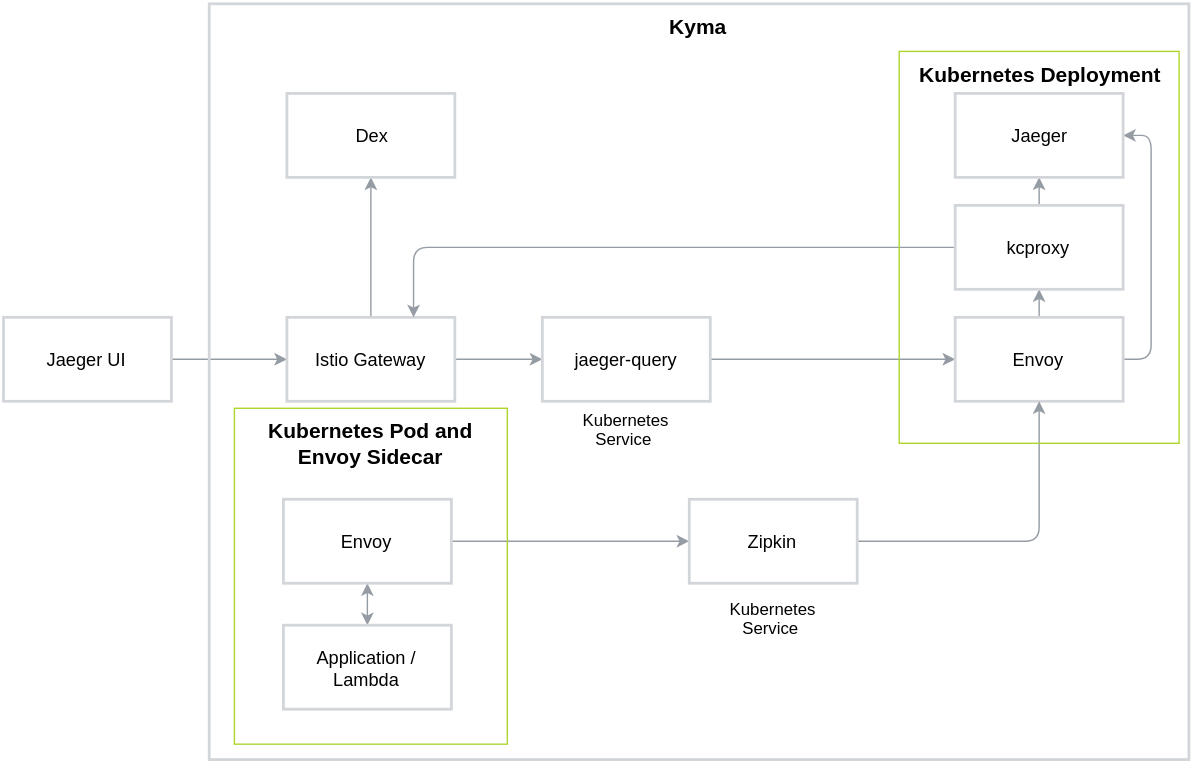
Before: docs/tracing/docs/assets/tracing-architecture.svg, a diagram exported from draw.io (kyma-project/kyma). Source tidied: cells renumbered, new cells last; positions are measured from the earlier drawing's top-left corner, leaving out a move shared by most shapes.
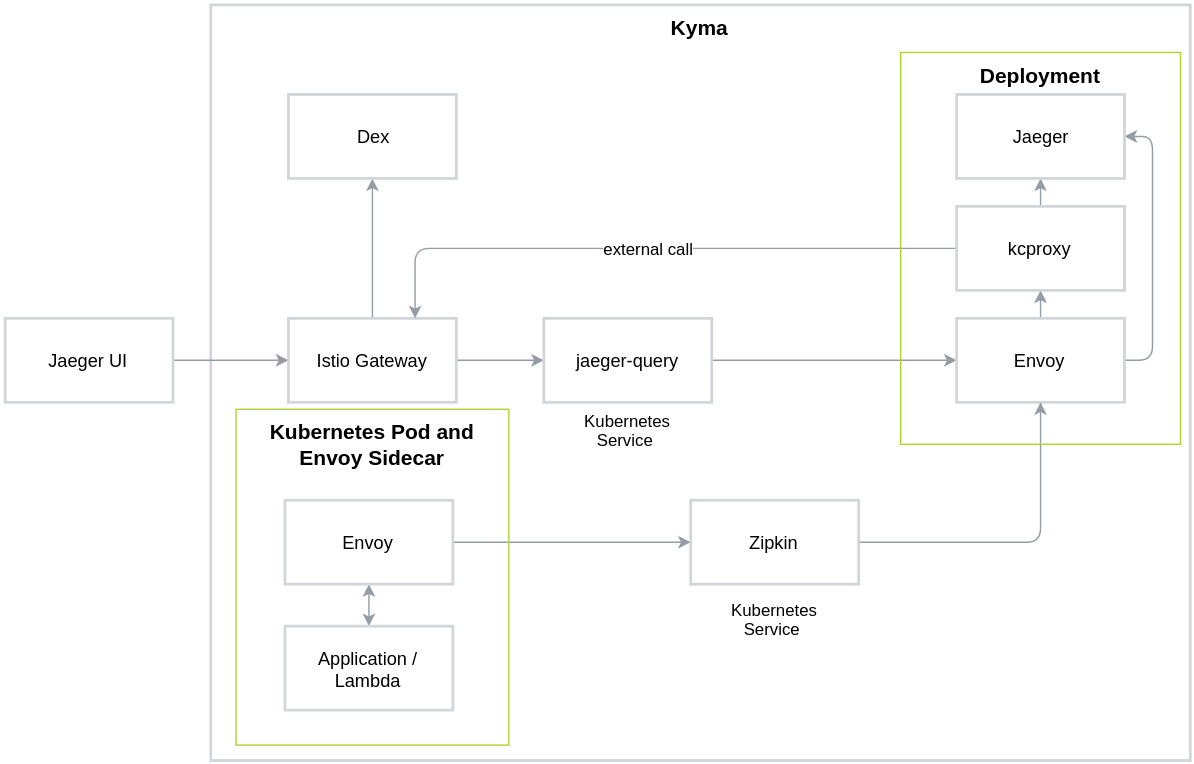
The same diagram one commit later.

Commit message:
Update tracing architecture document

The edit, as a diff of the source:
```diff
@@ -2,88 +2,91 @@
   <root>
     <mxCell id="0" />
     <mxCell id="1" parent="0" />
-    <mxCell id="2" style="edgeStyle=orthogonalEdgeStyle;rounded=0;html=1;jettySize=auto;strokeColor=#959CA4;strokeWidth=1;" parent="1" edge="1" source="3" target="6">
-      <mxGeometry relative="1" as="geometry" />
+    <mxCell id="2" value="&lt;font style=&quot;font-size: 15px&quot;&gt;&lt;b&gt;Kyma&lt;/b&gt;&lt;/font&gt;" style="rounded=0;whiteSpace=wrap;html=1;strokeColor=#D2D5D9;strokeWidth=2;fillColor=none;verticalAlign=top;labelBackgroundColor=none;" parent="1" vertex="1">
+      <mxGeometry x="147" width="700" height="540" as="geometry" />
     </mxCell>
-    <mxCell id="3" value="&lt;font style=&quot;font-size: 13px&quot;&gt;Jaeger UI&lt;/font&gt;" style="rounded=0;whiteSpace=wrap;html=1;strokeColor=#D2D5D9;strokeWidth=2;" parent="1" vertex="1">
-      <mxGeometry y="224" width="120" height="60" as="geometry" />
+    <mxCell id="3" style="edgeStyle=orthogonalEdgeStyle;rounded=0;html=1;jettySize=auto;strokeColor=#959CA4;strokeWidth=1;" parent="1" edge="1" source="4" target="7">
+      <mxGeometry relative="1" as="geometry" />
     </mxCell>
-    <mxCell id="4" style="edgeStyle=orthogonalEdgeStyle;rounded=1;html=1;jettySize=auto;strokeColor=#959CA4;strokeWidth=1;" parent="1" edge="1" source="6" target="9">
-      <mxGeometry relative="1" as="geometry" />
+    <mxCell id="4" value="&lt;font style=&quot;font-size: 13px&quot;&gt;Jaeger UI&lt;/font&gt;" style="rounded=0;whiteSpace=wrap;html=1;strokeColor=#D2D5D9;strokeWidth=2;" parent="1" vertex="1">
+      <mxGeometry y="224" width="120" height="60" as="geometry" />
     </mxCell>
-    <mxCell id="5" style="edgeStyle=orthogonalEdgeStyle;rounded=1;html=1;jettySize=auto;strokeColor=#959CA4;strokeWidth=1;" parent="1" edge="1" source="6" target="8">
+    <mxCell id="5" style="edgeStyle=orthogonalEdgeStyle;rounded=1;html=1;jettySize=auto;strokeColor=#959CA4;strokeWidth=1;" parent="1" edge="1" source="7" target="10">
       <mxGeometry relative="1" as="geometry" />
     </mxCell>
-    <mxCell id="6" value="&lt;font style=&quot;font-size: 13px&quot;&gt;Istio Gateway&lt;/font&gt;" style="rounded=0;whiteSpace=wrap;html=1;strokeColor=#D2D5D9;strokeWidth=2;" parent="1" vertex="1">
-      <mxGeometry x="202.5" y="224" width="120" height="60" as="geometry" />
+    <mxCell id="6" style="edgeStyle=orthogonalEdgeStyle;rounded=1;html=1;jettySize=auto;strokeColor=#959CA4;strokeWidth=1;" parent="1" edge="1" source="7" target="9">
+      <mxGeometry relative="1" as="geometry" />
     </mxCell>
-    <mxCell id="7" style="edgeStyle=orthogonalEdgeStyle;rounded=1;html=1;entryX=0;entryY=0.5;jettySize=auto;strokeColor=#959CA4;strokeWidth=1;" parent="1" edge="1" source="8" target="12">
-      <mxGeometry relative="1" as="geometry" />
+    <mxCell id="7" value="&lt;font style=&quot;font-size: 13px&quot;&gt;Istio Gateway&lt;/font&gt;" style="rounded=0;whiteSpace=wrap;html=1;strokeColor=#D2D5D9;strokeWidth=2;" parent="1" vertex="1">
+      <mxGeometry x="202.5" y="224" width="120" height="60" as="geometry" />
     </mxCell>
-    <mxCell id="8" value="&lt;font style=&quot;font-size: 13px&quot;&gt;jaeger-query&lt;/font&gt;" style="rounded=0;whiteSpace=wrap;html=1;strokeColor=#D2D5D9;strokeWidth=2;" parent="1" vertex="1">
-      <mxGeometry x="385" y="224" width="120" height="60" as="geometry" />
+    <mxCell id="8" style="edgeStyle=orthogonalEdgeStyle;rounded=1;html=1;entryX=0;entryY=0.5;jettySize=auto;strokeColor=#959CA4;strokeWidth=1;" parent="1" edge="1" source="9" target="13">
+      <mxGeometry relative="1" as="geometry" />
     </mxCell>
-    <mxCell id="9" value="&lt;font style=&quot;font-size: 13px&quot;&gt;Dex&lt;/font&gt;" style="rounded=0;whiteSpace=wrap;html=1;strokeColor=#D2D5D9;strokeWidth=2;" parent="1" vertex="1">
-      <mxGeometry x="202.5" y="64" width="120" height="60" as="geometry" />
+    <mxCell id="9" value="&lt;font style=&quot;font-size: 13px&quot;&gt;jaeger-query&lt;/font&gt;" style="rounded=0;whiteSpace=wrap;html=1;strokeColor=#D2D5D9;strokeWidth=2;" parent="1" vertex="1">
+      <mxGeometry x="385" y="224" width="120" height="60" as="geometry" />
     </mxCell>
-    <mxCell id="10" style="edgeStyle=orthogonalEdgeStyle;rounded=1;html=1;jettySize=auto;strokeColor=#959CA4;" parent="1" edge="1" source="12" target="15">
-      <mxGeometry relative="1" as="geometry" />
+    <mxCell id="10" value="&lt;font style=&quot;font-size: 13px&quot;&gt;Dex&lt;/font&gt;" style="rounded=0;whiteSpace=wrap;html=1;strokeColor=#D2D5D9;strokeWidth=2;" parent="1" vertex="1">
+      <mxGeometry x="202.5" y="64" width="120" height="60" as="geometry" />
     </mxCell>
-    <mxCell id="11" style="edgeStyle=orthogonalEdgeStyle;rounded=1;html=1;entryX=1;entryY=0.5;jettySize=auto;strokeColor=#959CA4;" parent="1" edge="1" source="12" target="16">
-      <mxGeometry relative="1" as="geometry">
-        <Array as="points">
-          <mxPoint x="820" y="254" />
-          <mxPoint x="820" y="94" />
-        </Array>
-      </mxGeometry>
+    <mxCell id="11" style="edgeStyle=orthogonalEdgeStyle;rounded=1;html=1;jettySize=auto;strokeColor=#959CA4;" parent="1" edge="1" source="13" target="17">
+      <mxGeometry relative="1" as="geometry" />
     </mxCell>
-    <mxCell id="12" value="&lt;font style=&quot;font-size: 13px&quot;&gt;Envoy&lt;/font&gt;" style="rounded=0;whiteSpace=wrap;html=1;strokeColor=#D2D5D9;strokeWidth=2;" parent="1" vertex="1">
-      <mxGeometry x="680" y="224" width="120" height="60" as="geometry" />
+    <mxCell id="12" style="edgeStyle=orthogonalEdgeStyle;rounded=1;html=1;entryX=1;entryY=0.5;jettySize=auto;strokeColor=#959CA4;" parent="1" edge="1" source="13" target="18">
+      <mxGeometry relative="1" as="geometry">
+        <Array as="points">
+          <mxPoint x="820" y="254" />
+          <mxPoint x="820" y="94" />
+        </Array>
+      </mxGeometry>
     </mxCell>
-    <mxCell id="13" style="edgeStyle=orthogonalEdgeStyle;rounded=1;html=1;jettySize=auto;strokeColor=#959CA4;" parent="1" edge="1" source="15" target="16">
-      <mxGeometry relative="1" as="geometry" />
+    <mxCell id="13" value="&lt;font style=&quot;font-size: 13px&quot;&gt;Envoy&lt;/font&gt;" style="rounded=0;whiteSpace=wrap;html=1;strokeColor=#D2D5D9;strokeWidth=2;" parent="1" vertex="1">
+      <mxGeometry x="680" y="224" width="120" height="60" as="geometry" />
     </mxCell>
-    <mxCell id="14" style="edgeStyle=orthogonalEdgeStyle;rounded=1;html=1;entryX=0.75;entryY=0;jettySize=auto;strokeColor=#959CA4;strokeWidth=1;" parent="1" edge="1" source="15" target="6">
+    <mxCell id="14" style="edgeStyle=orthogonalEdgeStyle;rounded=1;html=1;jettySize=auto;strokeColor=#959CA4;" parent="1" edge="1" source="17" target="18">
       <mxGeometry relative="1" as="geometry" />
     </mxCell>
-    <mxCell id="15" value="&lt;font style=&quot;font-size: 13px&quot;&gt;kcproxy&lt;/font&gt;" style="rounded=0;whiteSpace=wrap;html=1;strokeColor=#D2D5D9;strokeWidth=2;" parent="1" vertex="1">
-      <mxGeometry x="680" y="144" width="120" height="60" as="geometry" />
+    <mxCell id="15" style="edgeStyle=orthogonalEdgeStyle;rounded=1;html=1;entryX=0.75;entryY=0;jettySize=auto;strokeColor=#959CA4;strokeWidth=1;" parent="1" edge="1" source="17" target="7">
+      <mxGeometry relative="1" as="geometry" />
     </mxCell>
-    <mxCell id="16" value="&lt;font style=&quot;font-size: 13px&quot;&gt;Jaeger&lt;/font&gt;" style="rounded=0;whiteSpace=wrap;html=1;strokeColor=#D2D5D9;strokeWidth=2;" parent="1" vertex="1">
-      <mxGeometry x="680" y="64" width="120" height="60" as="geometry" />
+    <mxCell id="16" value="external call" style="text;html=1;points=[];align=center;verticalAlign=middle;labelBackgroundColor=#ffffff;" parent="15" vertex="1">
+      <mxGeometry x="0.01" y="-1" relative="1" as="geometry" />
     </mxCell>
-    <mxCell id="17" style="edgeStyle=orthogonalEdgeStyle;rounded=1;html=1;jettySize=auto;startArrow=classic;startFill=1;strokeColor=#959CA4;" parent="1" edge="1" source="19" target="20">
-      <mxGeometry relative="1" as="geometry" />
+    <mxCell id="17" value="&lt;font style=&quot;font-size: 13px&quot;&gt;kcproxy&lt;/font&gt;" style="rounded=0;whiteSpace=wrap;html=1;strokeColor=#D2D5D9;strokeWidth=2;" parent="1" vertex="1">
+      <mxGeometry x="680" y="144" width="120" height="60" as="geometry" />
     </mxCell>
-    <mxCell id="18" style="edgeStyle=orthogonalEdgeStyle;rounded=1;html=1;startArrow=none;startFill=0;jettySize=auto;strokeColor=#959CA4;strokeWidth=1;" parent="1" edge="1" source="19" target="22">
-      <mxGeometry relative="1" as="geometry" />
+    <mxCell id="18" value="&lt;font style=&quot;font-size: 13px&quot;&gt;Jaeger&lt;/font&gt;" style="rounded=0;whiteSpace=wrap;html=1;strokeColor=#D2D5D9;strokeWidth=2;" parent="1" vertex="1">
+      <mxGeometry x="680" y="64" width="120" height="60" as="geometry" />
     </mxCell>
-    <mxCell id="19" value="&lt;font style=&quot;font-size: 13px&quot;&gt;Envoy&lt;/font&gt;" style="rounded=0;whiteSpace=wrap;html=1;strokeColor=#D2D5D9;strokeWidth=2;" parent="1" vertex="1">
-      <mxGeometry x="200" y="354" width="120" height="60" as="geometry" />
+    <mxCell id="19" style="edgeStyle=orthogonalEdgeStyle;rounded=1;html=1;jettySize=auto;startArrow=classic;startFill=1;strokeColor=#959CA4;" parent="1" edge="1" source="21" target="22">
+      <mxGeometry relative="1" as="geometry" />
     </mxCell>
-    <mxCell id="20" value="&lt;font style=&quot;font-size: 13px&quot;&gt;Application / Lambda&lt;/font&gt;" style="rounded=0;whiteSpace=wrap;html=1;strokeColor=#D2D5D9;strokeWidth=2;" parent="1" vertex="1">
-      <mxGeometry x="200" y="444" width="120" height="60" as="geometry" />
+    <mxCell id="20" style="edgeStyle=orthogonalEdgeStyle;rounded=1;html=1;startArrow=none;startFill=0;jettySize=auto;strokeColor=#959CA4;strokeWidth=1;" parent="1" edge="1" source="21" target="24">
+      <mxGeometry relative="1" as="geometry" />
     </mxCell>
-    <mxCell id="21" style="edgeStyle=orthogonalEdgeStyle;rounded=1;html=1;entryX=0.5;entryY=1;startArrow=none;startFill=0;jettySize=auto;strokeColor=#959CA4;strokeWidth=1;" parent="1" edge="1" source="22" target="12">
-      <mxGeometry relative="1" as="geometry" />
+    <mxCell id="21" value="&lt;font style=&quot;font-size: 13px&quot;&gt;Envoy&lt;/font&gt;" style="rounded=0;whiteSpace=wrap;html=1;strokeColor=#D2D5D9;strokeWidth=2;" parent="1" vertex="1">
+      <mxGeometry x="200" y="354" width="120" height="60" as="geometry" />
     </mxCell>
-    <mxCell id="22" value="&lt;font style=&quot;font-size: 13px&quot;&gt;Zipkin&lt;/font&gt;" style="rounded=0;whiteSpace=wrap;html=1;strokeColor=#D2D5D9;strokeWidth=2;" parent="1" vertex="1">
-      <mxGeometry x="490" y="354" width="120" height="60" as="geometry" />
+    <mxCell id="22" value="&lt;font style=&quot;font-size: 13px&quot;&gt;Application / Lambda&lt;/font&gt;" style="rounded=0;whiteSpace=wrap;html=1;strokeColor=#D2D5D9;strokeWidth=2;" parent="1" vertex="1">
+      <mxGeometry x="200" y="444" width="120" height="60" as="geometry" />
     </mxCell>
-    <mxCell id="23" value="&lt;font style=&quot;font-size: 15px&quot;&gt;&lt;b&gt;Kyma&lt;/b&gt;&lt;/font&gt;" style="rounded=0;whiteSpace=wrap;html=1;strokeColor=#D2D5D9;strokeWidth=2;fillColor=none;verticalAlign=top;labelBackgroundColor=none;" parent="1" vertex="1">
-      <mxGeometry x="147" width="700" height="540" as="geometry" />
+    <mxCell id="23" style="edgeStyle=orthogonalEdgeStyle;rounded=1;html=1;entryX=0.5;entryY=1;startArrow=none;startFill=0;jettySize=auto;strokeColor=#959CA4;strokeWidth=1;" parent="1" edge="1" source="24" target="13">
+      <mxGeometry relative="1" as="geometry" />
     </mxCell>
-    <mxCell id="24" value="&lt;font size=&quot;1&quot;&gt;&lt;b style=&quot;font-size: 15px&quot;&gt;Kubernetes Deployment&lt;/b&gt;&lt;/font&gt;" style="rounded=0;whiteSpace=wrap;html=1;strokeColor=#ACD62F;strokeWidth=1;fillColor=none;verticalAlign=top;" parent="1" vertex="1">
-      <mxGeometry x="640" y="34" width="200" height="280" as="geometry" />
+    <mxCell id="24" value="&lt;font style=&quot;font-size: 13px&quot;&gt;Zipkin&lt;/font&gt;" style="rounded=0;whiteSpace=wrap;html=1;strokeColor=#D2D5D9;strokeWidth=2;" parent="1" vertex="1">
+      <mxGeometry x="490" y="354" width="120" height="60" as="geometry" />
     </mxCell>
-    <mxCell id="25" value="&lt;b&gt;&lt;font style=&quot;font-size: 15px&quot;&gt;Kubernetes Pod and Envoy Sidecar&lt;/font&gt;&lt;/b&gt;" style="rounded=0;whiteSpace=wrap;html=1;strokeColor=#ACD62F;strokeWidth=1;fillColor=none;verticalAlign=top;" parent="1" vertex="1">
-      <mxGeometry x="165" y="289" width="195" height="240" as="geometry" />
+    <mxCell id="25" value="&lt;font size=&quot;1&quot;&gt;&lt;b style=&quot;font-size: 15px&quot;&gt;Deployment&lt;/b&gt;&lt;/font&gt;" style="rounded=0;whiteSpace=wrap;html=1;strokeColor=#ACD62F;strokeWidth=1;fillColor=none;verticalAlign=top;" parent="1" vertex="1">
+      <mxGeometry x="640" y="34" width="200" height="280" as="geometry" />
     </mxCell>
-    <mxCell id="26" value="Kubernetes Service&amp;nbsp;" style="text;html=1;strokeColor=none;fillColor=none;align=center;verticalAlign=middle;whiteSpace=wrap;rounded=0;" parent="1" vertex="1">
-      <mxGeometry x="505" y="424" width="90" height="30" as="geometry" />
+    <mxCell id="26" value="&lt;b&gt;&lt;font style=&quot;font-size: 15px&quot;&gt;Kubernetes Pod and Envoy Sidecar&lt;/font&gt;&lt;/b&gt;" style="rounded=0;whiteSpace=wrap;html=1;strokeColor=#ACD62F;strokeWidth=1;fillColor=none;verticalAlign=top;" parent="1" vertex="1">
+      <mxGeometry x="165" y="289" width="195" height="240" as="geometry" />
     </mxCell>
     <mxCell id="27" value="Kubernetes Service&amp;nbsp;" style="text;html=1;strokeColor=none;fillColor=none;align=center;verticalAlign=middle;whiteSpace=wrap;rounded=0;" parent="1" vertex="1">
-      <mxGeometry x="400" y="289" width="90" height="30" as="geometry" />
+      <mxGeometry x="505" y="424" width="90" height="30" as="geometry" />
     </mxCell>
+    <mxCell id="28" value="Kubernetes Service&amp;nbsp;" style="text;html=1;strokeColor=none;fillColor=none;align=center;verticalAlign=middle;whiteSpace=wrap;rounded=0;" parent="1" vertex="1">
+      <mxGeometry x="400" y="289" width="90" height="30" as="geometry" />
+    </mxCell>
   </root>
 </mxGraphModel>
```
